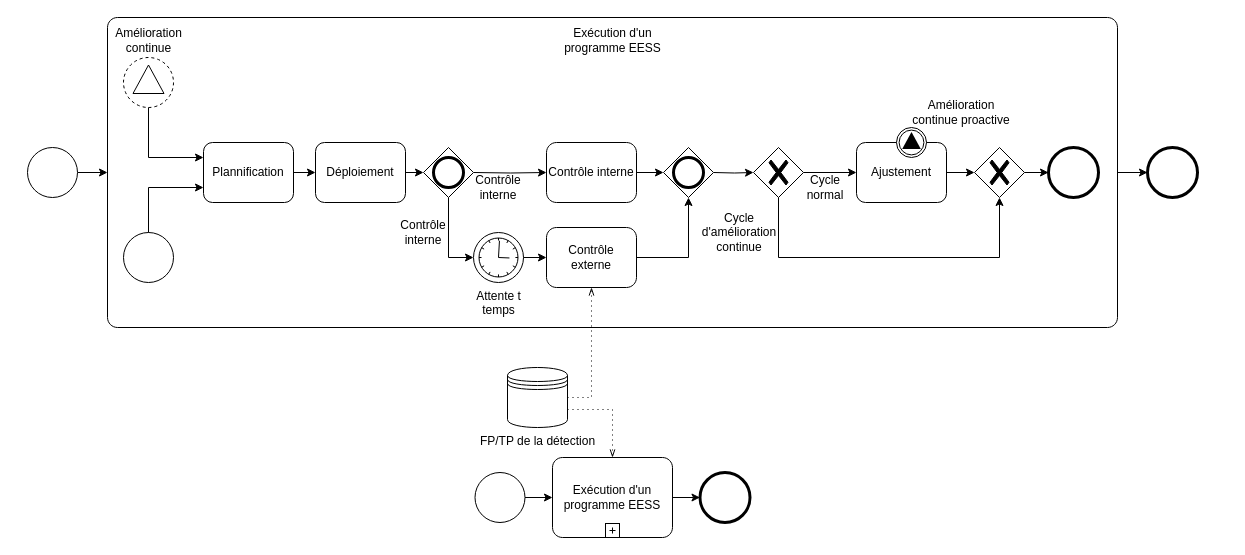
Earlier version of the draw.io diagram contribution/prevention_continue.drawio (netmme/cyber-diagramme-d-activites). Source tidied: cells renumbered, new cells numbered last; positions are measured from the earlier drawing's top-left corner, leaving out a move shared by most shapes. Both pictures are drawn from the tidied source at 100%, with x=0, y=0 at pixel (27, 17).
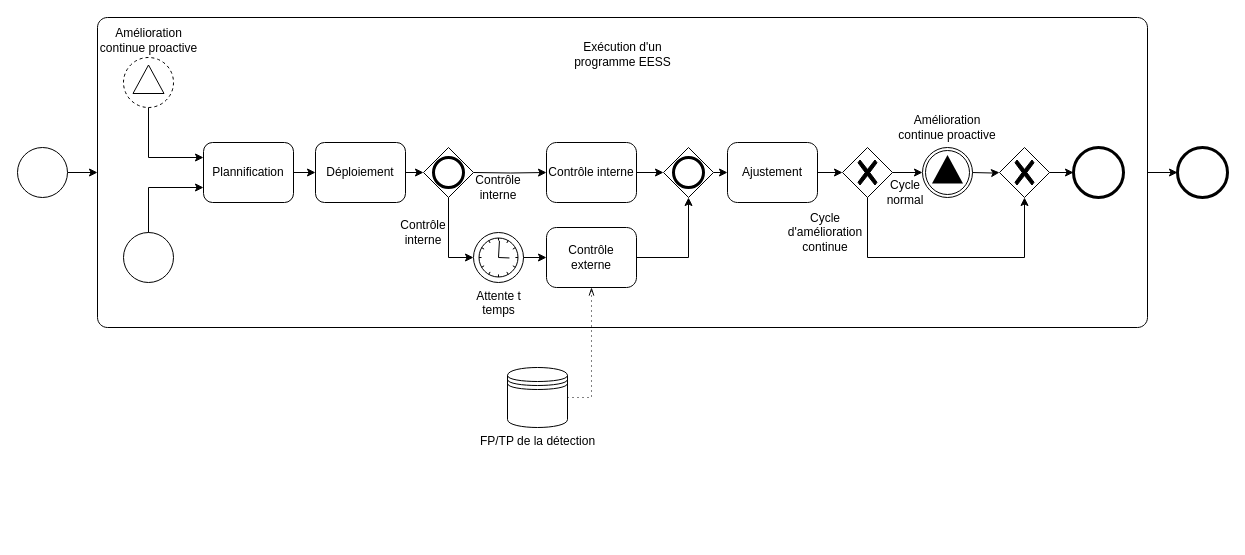
The same diagram, later.

Commit message:
si amélioration continue ok prévention finie

The change refers to these unchanged cells:
```xml
<mxCell id="4" value="FP/TP de la détection" style="shape=datastore;html=1;labelPosition=center;verticalLabelPosition=bottom;align=center;verticalAlign=top;" parent="1" vertex="1">
  <mxGeometry x="480" y="350" width="60" height="60" as="geometry" />
</mxCell>
<mxCell id="44" style="points=[[0.25,0.25,0],[0.5,0,0],[0.75,0.25,0],[1,0.5,0],[0.75,0.75,0],[0.5,1,0],[0.25,0.75,0],[0,0.5,0]];shape=mxgraph.bpmn.gateway2;html=1;verticalLabelPosition=bottom;labelBackgroundColor=#ffffff;verticalAlign=top;align=center;perimeter=rhombusPerimeter;outlineConnect=0;outline=end;symbol=general;" parent="1" vertex="1">
  <mxGeometry x="636" y="130" width="50" height="50" as="geometry" />
</mxCell>
```

The edit, as a diff of the source:
```diff
@@
     <mxCell id="3" style="points=[[0.25,0,0],[0.5,0,0],[0.75,0,0],[1,0.25,0],[1,0.5,0],[1,0.75,0],[0.75,1,0],[0.5,1,0],[0.25,1,0],[0,0.75,0],[0,0.5,0],[0,0.25,0]];shape=mxgraph.bpmn.task;whiteSpace=wrap;rectStyle=rounded;size=10;html=1;taskMarker=abstract;" parent="1" vertex="1">
-      <mxGeometry x="80" width="1010" height="310" as="geometry" />
+      <mxGeometry x="70" width="1050" height="310" as="geometry" />
     </mxCell>
@@
     <mxCell id="7" style="points=[[0.145,0.145,0],[0.5,0,0],[0.855,0.145,0],[1,0.5,0],[0.855,0.855,0],[0.5,1,0],[0.145,0.855,0],[0,0.5,0]];shape=mxgraph.bpmn.event;html=1;verticalLabelPosition=bottom;labelBackgroundColor=#ffffff;verticalAlign=top;align=center;perimeter=ellipsePerimeter;outlineConnect=0;outline=standard;symbol=general;" parent="1" vertex="1">
-      <mxGeometry y="130" width="50" height="50" as="geometry" />
+      <mxGeometry x="-10" y="130" width="50" height="50" as="geometry" />
     </mxCell>
     <mxCell id="8" style="points=[[0.145,0.145,0],[0.5,0,0],[0.855,0.145,0],[1,0.5,0],[0.855,0.855,0],[0.5,1,0],[0.145,0.855,0],[0,0.5,0]];shape=mxgraph.bpmn.event;html=1;verticalLabelPosition=bottom;labelBackgroundColor=#ffffff;verticalAlign=top;align=center;perimeter=ellipsePerimeter;outlineConnect=0;outline=end;symbol=terminate2;" parent="1" vertex="1">
-      <mxGeometry x="1120" y="130" width="50" height="50" as="geometry" />
+      <mxGeometry x="1150" y="130" width="50" height="50" as="geometry" />
     </mxCell>
-    <mxCell id="9" style="edgeStyle=orthogonalEdgeStyle;rounded=0;jettySize=auto;html=1;exitX=1;exitY=0.5;exitDx=0;exitDy=0;exitPerimeter=0;entryX=0;entryY=0.5;entryDx=0;entryDy=0;entryPerimeter=0;" parent="1" edge="1" source="10" target="47">
-      <mxGeometry relative="1" as="geometry" />
-    </mxCell>
-    <mxCell id="10" value="Exécution d'un programme EESS" style="points=[[0.25,0,0],[0.5,0,0],[0.75,0,0],[1,0.25,0],[1,0.5,0],[1,0.75,0],[0.75,1,0],[0.5,1,0],[0.25,1,0],[0,0.75,0],[0,0.5,0],[0,0.25,0]];shape=mxgraph.bpmn.task;whiteSpace=wrap;rectStyle=rounded;size=10;html=1;taskMarker=abstract;isLoopSub=1;" parent="1" vertex="1">
-      <mxGeometry x="525" y="440" width="120" height="80" as="geometry" />
-    </mxCell>
     <mxCell id="11" value="Exécution d'un programme EESS" style="text;html=1;strokeColor=none;fillColor=none;align=center;verticalAlign=middle;whiteSpace=wrap;rounded=0;" parent="1" vertex="1">
-      <mxGeometry x="527.5" y="5.9" width="115" height="34.1" as="geometry" />
+      <mxGeometry x="537.5" y="20" width="115" height="34.1" as="geometry" />
     </mxCell>
     <mxCell id="12" style="points=[[0.145,0.145,0],[0.5,0,0],[0.855,0.145,0],[1,0.5,0],[0.855,0.855,0],[0.5,1,0],[0.145,0.855,0],[0,0.5,0]];shape=mxgraph.bpmn.event;html=1;verticalLabelPosition=bottom;labelBackgroundColor=#ffffff;verticalAlign=top;align=center;perimeter=ellipsePerimeter;outlineConnect=0;outline=end;symbol=terminate2;" parent="1" vertex="1">
-      <mxGeometry x="1021" y="130" width="50" height="50" as="geometry" />
+      <mxGeometry x="1046" y="130" width="50" height="50" as="geometry" />
     </mxCell>
     <mxCell id="13" style="points=[[0.25,0.25,0],[0.5,0,0],[0.75,0.25,0],[1,0.5,0],[0.75,0.75,0],[0.5,1,0],[0.25,0.75,0],[0,0.5,0]];shape=mxgraph.bpmn.gateway2;html=1;verticalLabelPosition=bottom;labelBackgroundColor=#ffffff;verticalAlign=top;align=center;perimeter=rhombusPerimeter;outlineConnect=0;outline=none;symbol=none;gwType=exclusive;" parent="1" vertex="1">
-      <mxGeometry x="947" y="130" width="50" height="50" as="geometry" />
+      <mxGeometry x="972" y="130" width="50" height="50" as="geometry" />
     </mxCell>
-    <mxCell id="14" value="Ajustement" style="rounded=1;whiteSpace=wrap;html=1;" parent="1" vertex="1">
-      <mxGeometry x="829" y="125" width="90" height="60" as="geometry" />
-    </mxCell>
     <mxCell id="15" style="points=[[0.25,0.25,0],[0.5,0,0],[0.75,0.25,0],[1,0.5,0],[0.75,0.75,0],[0.5,1,0],[0.25,0.75,0],[0,0.5,0]];shape=mxgraph.bpmn.gateway2;html=1;verticalLabelPosition=bottom;labelBackgroundColor=#ffffff;verticalAlign=top;align=center;perimeter=rhombusPerimeter;outlineConnect=0;outline=none;symbol=none;gwType=exclusive;" parent="1" vertex="1">
-      <mxGeometry x="726" y="130" width="50" height="50" as="geometry" />
+      <mxGeometry x="815" y="130" width="50" height="50" as="geometry" />
     </mxCell>
@@
-    <mxCell id="20" style="edgeStyle=orthogonalEdgeStyle;rounded=0;jettySize=auto;html=1;exitX=1;exitY=0.5;exitDx=0;exitDy=0;" parent="1" edge="1" source="14" target="13">
-      <mxGeometry relative="1" as="geometry" />
+    <mxCell id="20" style="edgeStyle=orthogonalEdgeStyle;rounded=0;jettySize=auto;html=1;exitX=1;exitY=0.5;exitDx=0;exitDy=0;" parent="1" edge="1" target="13">
+      <mxGeometry relative="1" as="geometry">
+        <mxPoint x="944" y="155" as="sourcePoint" />
+      </mxGeometry>
     </mxCell>
-    <mxCell id="21" style="edgeStyle=orthogonalEdgeStyle;rounded=0;jettySize=auto;html=1;exitX=1;exitY=0.5;exitDx=0;exitDy=0;exitPerimeter=0;entryX=0;entryY=0.5;entryDx=0;entryDy=0;" parent="1" edge="1" source="15" target="14">
+    <mxCell id="21" style="edgeStyle=orthogonalEdgeStyle;rounded=0;jettySize=auto;html=1;exitX=1;exitY=0.5;exitDx=0;exitDy=0;exitPerimeter=0;entryX=0;entryY=0.5;entryDx=0;entryDy=0;entryPerimeter=0;" parent="1" edge="1" source="15" target="50">
       <mxGeometry relative="1" as="geometry" />
     </mxCell>
     <mxCell id="22" style="edgeStyle=orthogonalEdgeStyle;rounded=0;jettySize=auto;html=1;exitX=0.5;exitY=1;exitDx=0;exitDy=0;exitPerimeter=0;entryX=0.5;entryY=1;entryDx=0;entryDy=0;entryPerimeter=0;" parent="1" edge="1" source="15" target="13">
       <mxGeometry relative="1" as="geometry">
         <Array as="points">
-          <mxPoint x="751" y="240" />
-          <mxPoint x="972" y="240" />
+          <mxPoint x="840" y="240" />
+          <mxPoint x="997" y="240" />
         </Array>
       </mxGeometry>
     </mxCell>
@@
-    <mxCell id="36" value="Amélioration&lt;br&gt;&lt;div&gt;continue&lt;/div&gt;" style="points=[[0.145,0.145,0],[0.5,0,0],[0.855,0.145,0],[1,0.5,0],[0.855,0.855,0],[0.5,1,0],[0.145,0.855,0],[0,0.5,0]];shape=mxgraph.bpmn.event;html=1;verticalLabelPosition=top;labelBackgroundColor=#ffffff;verticalAlign=bottom;align=center;perimeter=ellipsePerimeter;outlineConnect=0;outline=eventNonint;symbol=signal;labelPosition=center;" parent="1" vertex="1">
+    <mxCell id="36" value="Amélioration&lt;br&gt;continue&amp;nbsp;proactive" style="points=[[0.145,0.145,0],[0.5,0,0],[0.855,0.145,0],[1,0.5,0],[0.855,0.855,0],[0.5,1,0],[0.145,0.855,0],[0,0.5,0]];shape=mxgraph.bpmn.event;html=1;verticalLabelPosition=top;labelBackgroundColor=#ffffff;verticalAlign=bottom;align=center;perimeter=ellipsePerimeter;outlineConnect=0;outline=eventNonint;symbol=signal;labelPosition=center;" parent="1" vertex="1">
       <mxGeometry x="96" y="40" width="50" height="50" as="geometry" />
     </mxCell>
@@
-    <mxCell id="38" style="edgeStyle=orthogonalEdgeStyle;rounded=0;jettySize=auto;html=1;exitX=1;exitY=0.5;exitDx=0;exitDy=0;exitPerimeter=0;entryX=0;entryY=0.5;entryDx=0;entryDy=0;entryPerimeter=0;" parent="1" edge="1" target="15">
-      <mxGeometry relative="1" as="geometry">
-        <mxPoint x="686" y="155" as="sourcePoint" />
-      </mxGeometry>
-    </mxCell>
     <mxCell id="39" value="&lt;div&gt;Cycle d'amélioration continue&lt;/div&gt;" style="text;html=1;strokeColor=none;fillColor=none;align=center;verticalAlign=middle;whiteSpace=wrap;rounded=0;" parent="1" vertex="1">
-      <mxGeometry x="662" y="200" width="100" height="30" as="geometry" />
+      <mxGeometry x="748" y="200" width="100" height="30" as="geometry" />
     </mxCell>
     <mxCell id="40" value="Cycle normal" style="text;html=1;strokeColor=none;fillColor=none;align=center;verticalAlign=middle;whiteSpace=wrap;rounded=0;" parent="1" vertex="1">
-      <mxGeometry x="768" y="155" width="60" height="30" as="geometry" />
+      <mxGeometry x="848" y="160" width="60" height="30" as="geometry" />
     </mxCell>
-    <mxCell id="41" style="shape=mxgraph.bpmn.event;html=1;verticalLabelPosition=bottom;labelBackgroundColor=#ffffff;verticalAlign=top;align=center;perimeter=ellipsePerimeter;outline=throwing;symbol=signal;" parent="1" vertex="1">
-      <mxGeometry x="869" y="110" width="30" height="30" as="geometry" />
-    </mxCell>
     <mxCell id="42" value="Amélioration continue proactive" style="text;html=1;strokeColor=none;fillColor=none;align=center;verticalAlign=middle;whiteSpace=wrap;rounded=0;" parent="1" vertex="1">
-      <mxGeometry x="879" y="80" width="110" height="30" as="geometry" />
+      <mxGeometry x="865" y="95" width="110" height="30" as="geometry" />
     </mxCell>
@@
+    <mxCell id="49" style="edgeStyle=orthogonalEdgeStyle;rounded=0;jettySize=auto;html=1;exitX=1;exitY=0.5;exitDx=0;exitDy=0;exitPerimeter=0;entryX=0;entryY=0.5;entryDx=0;entryDy=0;entryPerimeter=0;" parent="1" edge="1" source="44" target="14">
+      <mxGeometry relative="1" as="geometry" />
+    </mxCell>
@@
-    <mxCell id="45" style="edgeStyle=orthogonalEdgeStyle;rounded=0;jettySize=auto;html=1;exitX=1;exitY=0.5;exitDx=0;exitDy=0;exitPerimeter=0;entryX=0;entryY=0.5;entryDx=0;entryDy=0;entryPerimeter=0;" parent="1" edge="1" source="46" target="10">
-      <mxGeometry relative="1" as="geometry" />
-    </mxCell>
-    <mxCell id="46" style="points=[[0.145,0.145,0],[0.5,0,0],[0.855,0.145,0],[1,0.5,0],[0.855,0.855,0],[0.5,1,0],[0.145,0.855,0],[0,0.5,0]];shape=mxgraph.bpmn.event;html=1;verticalLabelPosition=bottom;labelBackgroundColor=#ffffff;verticalAlign=top;align=center;perimeter=ellipsePerimeter;outlineConnect=0;outline=standard;symbol=general;" parent="1" vertex="1">
-      <mxGeometry x="447.5" y="455" width="50" height="50" as="geometry" />
-    </mxCell>
-    <mxCell id="47" style="points=[[0.145,0.145,0],[0.5,0,0],[0.855,0.145,0],[1,0.5,0],[0.855,0.855,0],[0.5,1,0],[0.145,0.855,0],[0,0.5,0]];shape=mxgraph.bpmn.event;html=1;verticalLabelPosition=bottom;labelBackgroundColor=#ffffff;verticalAlign=top;align=center;perimeter=ellipsePerimeter;outlineConnect=0;outline=end;symbol=terminate2;" parent="1" vertex="1">
-      <mxGeometry x="672.5" y="455" width="50" height="50" as="geometry" />
-    </mxCell>
-    <mxCell id="48" style="edgeStyle=elbowEdgeStyle;fontSize=12;html=1;endFill=0;startFill=0;endSize=6;startSize=6;dashed=1;dashPattern=1 4;endArrow=openThin;startArrow=none;rounded=0;exitX=1;exitY=0.7;exitDx=0;exitDy=0;entryX=0.5;entryY=0;entryDx=0;entryDy=0;entryPerimeter=0;" parent="1" edge="1" source="4" target="10">
-      <mxGeometry relative="1" as="geometry">
-        <Array as="points">
-          <mxPoint x="585" y="410" />
-        </Array>
-      </mxGeometry>
-    </mxCell>
+    <mxCell id="50" style="points=[[0.145,0.145,0],[0.5,0,0],[0.855,0.145,0],[1,0.5,0],[0.855,0.855,0],[0.5,1,0],[0.145,0.855,0],[0,0.5,0]];shape=mxgraph.bpmn.event;html=1;verticalLabelPosition=bottom;labelBackgroundColor=#ffffff;verticalAlign=top;align=center;perimeter=ellipsePerimeter;outlineConnect=0;outline=throwing;symbol=signal;" parent="1" vertex="1">
+      <mxGeometry x="895" y="130" width="50" height="50" as="geometry" />
+    </mxCell>
+    <mxCell id="51" style="edgeStyle=orthogonalEdgeStyle;rounded=0;jettySize=auto;html=1;exitX=1;exitY=0.5;exitDx=0;exitDy=0;exitPerimeter=0;" parent="1" edge="1" source="14" target="15">
+      <mxGeometry relative="1" as="geometry" />
+    </mxCell>
+    <mxCell id="14" value="Ajustement" style="points=[[0.25,0,0],[0.5,0,0],[0.75,0,0],[1,0.25,0],[1,0.5,0],[1,0.75,0],[0.75,1,0],[0.5,1,0],[0.25,1,0],[0,0.75,0],[0,0.5,0],[0,0.25,0]];shape=mxgraph.bpmn.task;whiteSpace=wrap;rectStyle=rounded;size=10;html=1;taskMarker=abstract;" parent="1" vertex="1">
+      <mxGeometry x="700" y="125" width="90" height="60" as="geometry" />
+    </mxCell>
```
